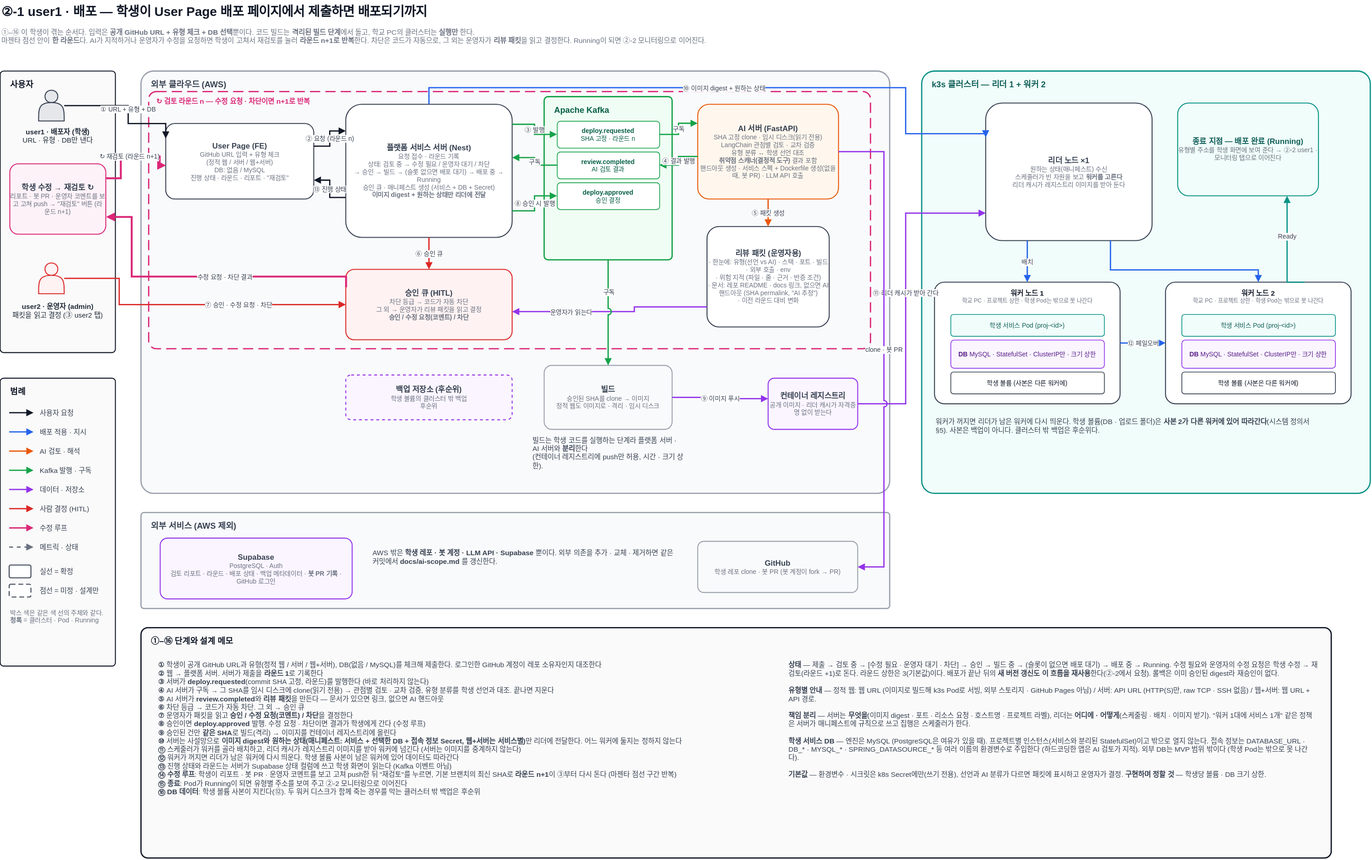
This is docs/architecture/user1-deployer.drawio.svg from woowangthon/WOOWANGTHON_TEAM_18, a draw.io export, as it was before one commit. Source tidied: cells renumbered, new cells last; positions are measured from the earlier drawing's top-left corner, leaving out a move shared by most shapes.
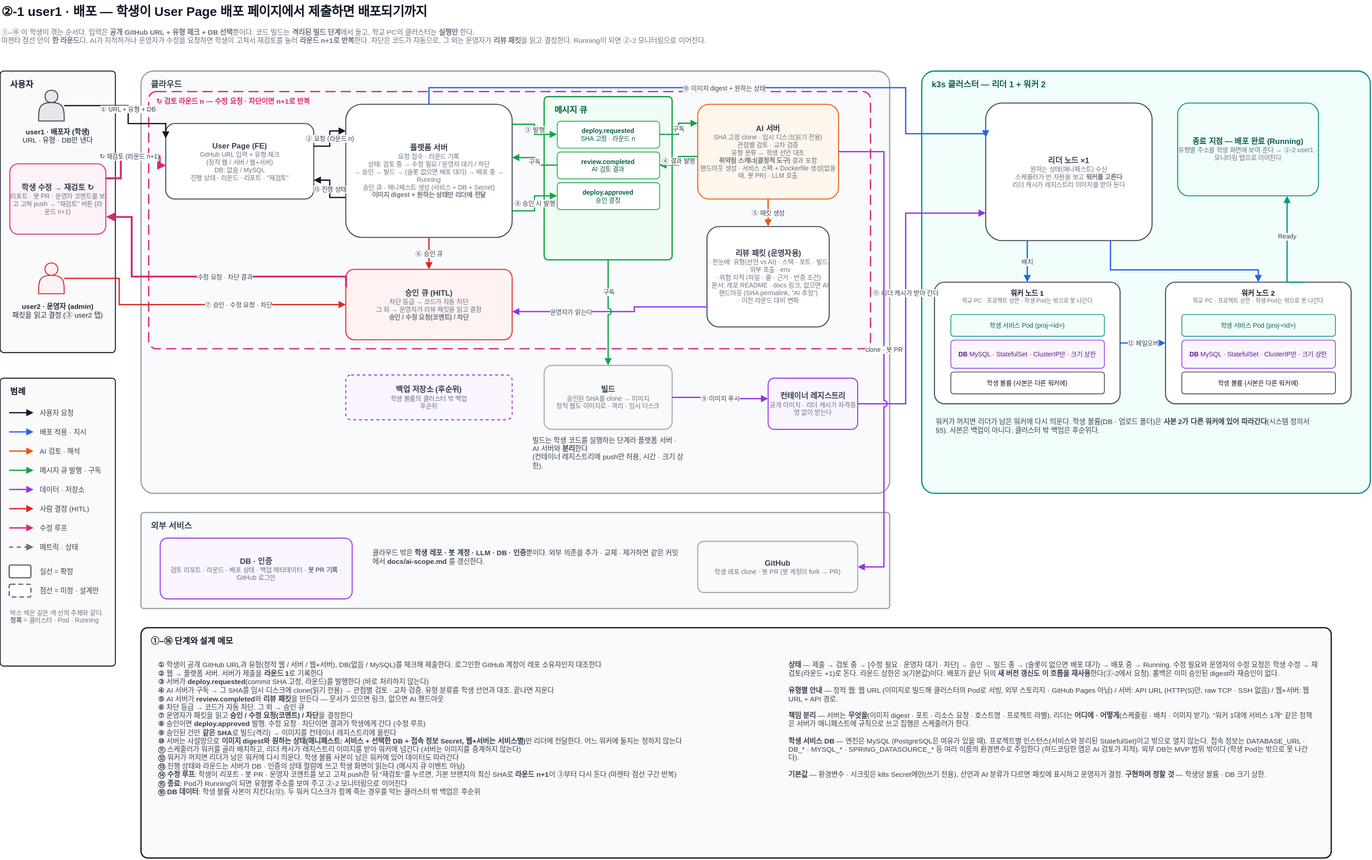
The same diagram one commit later.

Change to the diagram source:
```diff
@@ -28,3 +28,3 @@
     </mxCell>
-    <mxCell id="10" value="외부 클라우드 (AWS)" style="rounded=1;arcSize=3;html=1;fillColor=#F9FAFB;strokeColor=#9CA3AF;strokeWidth=2;verticalAlign=top;align=left;spacingLeft=14;spacingTop=6;fontSize=13;fontStyle=1;fontColor=#374151;fontFamily=Pretendard,Malgun Gothic,Apple SD Gothic Neo,sans-serif;" parent="1" vertex="1">
+    <mxCell id="10" value="클라우드" style="rounded=1;arcSize=3;html=1;fillColor=#F9FAFB;strokeColor=#9CA3AF;strokeWidth=2;verticalAlign=top;align=left;spacingLeft=14;spacingTop=6;fontSize=13;fontStyle=1;fontColor=#374151;fontFamily=Pretendard,Malgun Gothic,Apple SD Gothic Neo,sans-serif;" parent="1" vertex="1">
       <mxGeometry x="220.3" y="112" width="1170" height="660" as="geometry" />
@@ -37,6 +37,6 @@
     </mxCell>
-    <mxCell id="13" value="&lt;b&gt;플랫폼 서비스 서버 (Nest)&lt;/b&gt;&lt;div style=&quot;font-size: 10px; color: rgb(107, 114, 128);&quot;&gt;요청 접수 · 라운드 기록&lt;br&gt;상태: 검토 중 → 수정 필요 / 운영자 대기 / 차단&lt;br&gt;→ 승인 → 빌드 → (슬롯 없으면 배포 대기) → 배포 중 → Running&lt;br&gt;승인 큐 · 매니페스트 생성 (서비스 + DB + Secret)&lt;br&gt;&lt;b&gt;이미지 digest + 원하는 상태만 리더에 전달&lt;/b&gt;&lt;/div&gt;" style="rounded=1;arcSize=12;whiteSpace=wrap;html=1;fillColor=#FFFFFF;strokeColor=#374151;strokeWidth=1.5;fontSize=12;fontColor=#374151;fontFamily=Pretendard,Malgun Gothic,Apple SD Gothic Neo,sans-serif;" parent="1" vertex="1">
+    <mxCell id="13" value="&lt;b&gt;플랫폼 서버&lt;/b&gt;&lt;div style=&quot;font-size: 10px; color: rgb(107, 114, 128);&quot;&gt;요청 접수 · 라운드 기록&lt;br&gt;상태: 검토 중 → 수정 필요 / 운영자 대기 / 차단&lt;br&gt;→ 승인 → 빌드 → (슬롯 없으면 배포 대기) → 배포 중 → Running&lt;br&gt;승인 큐 · 매니페스트 생성 (서비스 + DB + Secret)&lt;br&gt;&lt;b&gt;이미지 digest + 원하는 상태만 리더에 전달&lt;/b&gt;&lt;/div&gt;" style="rounded=1;arcSize=12;whiteSpace=wrap;html=1;fillColor=#FFFFFF;strokeColor=#374151;strokeWidth=1.5;fontSize=12;fontColor=#374151;fontFamily=Pretendard,Malgun Gothic,Apple SD Gothic Neo,sans-serif;" parent="1" vertex="1">
       <mxGeometry x="540.3" y="164" width="260" height="208" as="geometry" />
     </mxCell>
-    <mxCell id="14" value="Apache Kafka" style="rounded=1;arcSize=3;html=1;fillColor=#F0FDF4;strokeColor=#16A34A;strokeWidth=2;verticalAlign=top;align=left;spacingLeft=14;spacingTop=6;fontSize=13;fontStyle=1;fontColor=#065F46;fontFamily=Pretendard,Malgun Gothic,Apple SD Gothic Neo,sans-serif;" parent="1" vertex="1">
+    <mxCell id="14" value="메시지 큐" style="rounded=1;arcSize=3;html=1;fillColor=#F0FDF4;strokeColor=#16A34A;strokeWidth=2;verticalAlign=top;align=left;spacingLeft=14;spacingTop=6;fontSize=13;fontStyle=1;fontColor=#065F46;fontFamily=Pretendard,Malgun Gothic,Apple SD Gothic Neo,sans-serif;" parent="1" vertex="1">
       <mxGeometry x="850.3" y="152" width="200" height="255" as="geometry" />
@@ -52,3 +52,3 @@
     </mxCell>
-    <mxCell id="18" value="&lt;b&gt;AI 서버 (FastAPI)&lt;/b&gt;&lt;div style=&quot;font-size: 10px; color: rgb(107, 114, 128);&quot;&gt;SHA 고정 clone · 임시 디스크(읽기 전용)&lt;br&gt;LangChain 관점별 검토 · 교차 검증&lt;br&gt;유형 분류 ↔ 학생 선언 대조&lt;br&gt;&lt;b&gt;취약점 스캐너(결정적 도구)&lt;/b&gt; 결과 포함&lt;br&gt;핸드아웃 생성 · 서비스 스펙 + Dockerfile 생성(없을 때, 봇 PR) · LLM API 호출&lt;/div&gt;" style="rounded=1;arcSize=12;whiteSpace=wrap;html=1;fillColor=#FFF7ED;strokeColor=#EA580C;strokeWidth=1.5;fontSize=12;fontColor=#374151;fontFamily=Pretendard,Malgun Gothic,Apple SD Gothic Neo,sans-serif;" parent="1" vertex="1">
+    <mxCell id="18" value="&lt;b&gt;AI 서버&lt;/b&gt;&lt;div style=&quot;font-size: 10px; color: rgb(107, 114, 128);&quot;&gt;SHA 고정 clone · 임시 디스크(읽기 전용)&lt;br&gt;관점별 검토 · 교차 검증&lt;br&gt;유형 분류 ↔ 학생 선언 대조&lt;br&gt;&lt;b&gt;취약점 스캐너(결정적 도구)&lt;/b&gt; 결과 포함&lt;br&gt;핸드아웃 생성 · 서비스 스펙 + Dockerfile 생성(없을 때, 봇 PR) · LLM 호출&lt;/div&gt;" style="rounded=1;arcSize=12;whiteSpace=wrap;html=1;fillColor=#FFF7ED;strokeColor=#EA580C;strokeWidth=1.5;fontSize=12;fontColor=#374151;fontFamily=Pretendard,Malgun Gothic,Apple SD Gothic Neo,sans-serif;" parent="1" vertex="1">
       <mxGeometry x="1090.3" y="164" width="220" height="148" as="geometry" />
@@ -73,3 +73,3 @@
     </mxCell>
-    <mxCell id="25" value="외부 서비스 (AWS 제외)" style="rounded=1;arcSize=3;html=1;fillColor=#F9FAFB;strokeColor=#9CA3AF;strokeWidth=2;verticalAlign=top;align=left;spacingLeft=14;spacingTop=6;fontSize=13;fontStyle=1;fontColor=#374151;fontFamily=Pretendard,Malgun Gothic,Apple SD Gothic Neo,sans-serif;" parent="1" vertex="1">
+    <mxCell id="25" value="외부 서비스" style="rounded=1;arcSize=3;html=1;fillColor=#F9FAFB;strokeColor=#9CA3AF;strokeWidth=2;verticalAlign=top;align=left;spacingLeft=14;spacingTop=6;fontSize=13;fontStyle=1;fontColor=#374151;fontFamily=Pretendard,Malgun Gothic,Apple SD Gothic Neo,sans-serif;" parent="1" vertex="1">
       <mxGeometry x="220.3" y="802" width="1170" height="150" as="geometry" />
@@ -79,6 +79,6 @@
     </mxCell>
-    <mxCell id="27" value="&lt;b&gt;Supabase&lt;/b&gt;&lt;div style=&quot;font-size: 10px; color: rgb(107, 114, 128);&quot;&gt;PostgreSQL · Auth&lt;br&gt;검토 리포트 · 라운드 · 배포 상태 · 백업 메타데이터 · &lt;b&gt;봇 PR 기록&lt;/b&gt; · GitHub 로그인&lt;/div&gt;" style="rounded=1;arcSize=12;whiteSpace=wrap;html=1;fillColor=#FAF5FF;strokeColor=#9333EA;strokeWidth=1.5;fontSize=12;fontColor=#374151;fontFamily=Pretendard,Malgun Gothic,Apple SD Gothic Neo,sans-serif;" parent="1" vertex="1">
+    <mxCell id="27" value="&lt;b&gt;DB · 인증&lt;/b&gt;&lt;div style=&quot;font-size: 10px; color: rgb(107, 114, 128);&quot;&gt;검토 리포트 · 라운드 · 배포 상태 · 백업 메타데이터 · &lt;b&gt;봇 PR 기록&lt;/b&gt; · GitHub 로그인&lt;/div&gt;" style="rounded=1;arcSize=12;whiteSpace=wrap;html=1;fillColor=#FAF5FF;strokeColor=#9333EA;strokeWidth=1.5;fontSize=12;fontColor=#374151;fontFamily=Pretendard,Malgun Gothic,Apple SD Gothic Neo,sans-serif;" parent="1" vertex="1">
       <mxGeometry x="250.3" y="842" width="300" height="95" as="geometry" />
     </mxCell>
-    <mxCell id="28" value="AWS 밖은 &lt;b&gt;학생 레포 · 봇 계정 · LLM API · Supabase&lt;/b&gt; 뿐이다. 외부 의존을 추가 · 교체 · 제거하면 같은 커밋에서 &lt;b&gt;docs/ai-scope.md&lt;/b&gt; 를 갱신한다." style="text;html=1;align=left;verticalAlign=top;whiteSpace=wrap;fontSize=11;fontColor=#374151;fontFamily=Pretendard,Malgun Gothic,Apple SD Gothic Neo,sans-serif;" parent="1" vertex="1">
+    <mxCell id="28" value="클라우드 밖은 &lt;b&gt;학생 레포 · 봇 계정 · LLM · DB · 인증&lt;/b&gt;뿐이다. 외부 의존을 추가 · 교체 · 제거하면 같은 커밋에서 &lt;b&gt;docs/ai-scope.md&lt;/b&gt; 를 갱신한다." style="text;html=1;align=left;verticalAlign=top;whiteSpace=wrap;fontSize=11;fontColor=#374151;fontFamily=Pretendard,Malgun Gothic,Apple SD Gothic Neo,sans-serif;" parent="1" vertex="1">
       <mxGeometry x="580.3" y="852" width="480" height="70" as="geometry" />
@@ -124,6 +124,6 @@
     </mxCell>
-    <mxCell id="42" value="&lt;b&gt;①&lt;/b&gt; 학생이 공개 GitHub URL과 유형(정적 웹 / 서버 / 웹+서버), DB(없음 / MySQL)를 체크해 제출한다. 로그인한 GitHub 계정이 레포 소유자인지 대조한다&lt;br&gt;&lt;b&gt;②&lt;/b&gt; 웹 → 플랫폼 서버. 서버가 제출을 &lt;b&gt;라운드 1&lt;/b&gt;로 기록한다&lt;br&gt;&lt;b&gt;③&lt;/b&gt; 서버가 &lt;b&gt;deploy.requested&lt;/b&gt;(commit SHA 고정, 라운드)를 발행한다 (바로 처리하지 않는다)&lt;br&gt;&lt;b&gt;④&lt;/b&gt; AI 서버가 구독 → 그 SHA를 임시 디스크에 clone(읽기 전용) → 관점별 검토 · 교차 검증, 유형 분류를 학생 선언과 대조. 끝나면 지운다&lt;br&gt;&lt;b&gt;⑤&lt;/b&gt; AI 서버가 &lt;b&gt;review.completed&lt;/b&gt;와 &lt;b&gt;리뷰 패킷&lt;/b&gt;을 만든다 — 문서가 있으면 링크, 없으면 AI 핸드아웃&lt;br&gt;&lt;b&gt;⑥&lt;/b&gt; 차단 등급 → 코드가 자동 차단. 그 외 → 승인 큐&lt;br&gt;&lt;b&gt;⑦&lt;/b&gt; 운영자가 패킷을 읽고 &lt;b&gt;승인 / 수정 요청(코멘트) / 차단&lt;/b&gt;을 결정한다&lt;br&gt;&lt;b&gt;⑧&lt;/b&gt; 승인이면 &lt;b&gt;deploy.approved&lt;/b&gt; 발행. 수정 요청 · 차단이면 결과가 학생에게 간다 (수정 루프)&lt;br&gt;&lt;b&gt;⑨&lt;/b&gt; 승인된 건만 &lt;b&gt;같은 SHA&lt;/b&gt;로 빌드(격리) → 이미지를 컨테이너 레지스트리에 올린다&lt;br&gt;&lt;b&gt;⑩&lt;/b&gt; 서버는 사설망으로 &lt;b&gt;이미지 digest와 원하는 상태(매니페스트: 서비스 + 선택한 DB + 접속 정보 Secret, 웹+서버는 서비스별)&lt;/b&gt;만 리더에 전달한다. 어느 워커에 둘지는 정하지 않는다&lt;br&gt;&lt;b&gt;⑪&lt;/b&gt; 스케줄러가 워커를 골라 배치하고, 리더 캐시가 레지스트리 이미지를 받아 워커에 넘긴다 (서버는 이미지를 중계하지 않는다)&lt;br&gt;&lt;b&gt;⑫&lt;/b&gt; 워커가 꺼지면 리더가 남은 워커에 다시 띄운다. 학생 볼륨 사본이 남은 워커에 있어 데이터도 따라간다&lt;br&gt;&lt;b&gt;⑬&lt;/b&gt; 진행 상태와 라운드는 서버가 Supabase 상태 컬럼에 쓰고 학생 화면이 읽는다 (Kafka 이벤트 아님)&lt;br&gt;&lt;b&gt;⑭&lt;/b&gt; &lt;b&gt;수정 루프&lt;/b&gt;: 학생이 리포트 · 봇 PR · 운영자 코멘트를 보고 고쳐 push한 뒤 &quot;재검토&quot;를 누르면, 기본 브랜치의 최신 SHA로 &lt;b&gt;라운드 n+1&lt;/b&gt;이 ③부터 다시 돈다 (마젠타 점선 구간 반복)&lt;br&gt;&lt;b&gt;⑮&lt;/b&gt; &lt;b&gt;종료&lt;/b&gt;: Pod가 Running이 되면 유형별 주소를 보여 주고 ②-2 모니터링으로 이어진다&lt;br&gt;&lt;b&gt;⑯&lt;/b&gt; &lt;b&gt;DB 데이터&lt;/b&gt;: 학생 볼륨 사본이 지킨다(⑫). 두 워커 디스크가 함께 죽는 경우를 막는 클러스터 밖 백업은 후순위" style="text;html=1;align=left;verticalAlign=top;whiteSpace=wrap;fontSize=11;fontColor=#374151;fontFamily=Pretendard,Malgun Gothic,Apple SD Gothic Neo,sans-serif;" parent="1" vertex="1">
+    <mxCell id="42" value="&lt;b&gt;①&lt;/b&gt; 학생이 공개 GitHub URL과 유형(정적 웹 / 서버 / 웹+서버), DB(없음 / MySQL)를 체크해 제출한다. 로그인한 GitHub 계정이 레포 소유자인지 대조한다&lt;br&gt;&lt;b&gt;②&lt;/b&gt; 웹 → 플랫폼 서버. 서버가 제출을 &lt;b&gt;라운드 1&lt;/b&gt;로 기록한다&lt;br&gt;&lt;b&gt;③&lt;/b&gt; 서버가 &lt;b&gt;deploy.requested&lt;/b&gt;(commit SHA 고정, 라운드)를 발행한다 (바로 처리하지 않는다)&lt;br&gt;&lt;b&gt;④&lt;/b&gt; AI 서버가 구독 → 그 SHA를 임시 디스크에 clone(읽기 전용) → 관점별 검토 · 교차 검증, 유형 분류를 학생 선언과 대조. 끝나면 지운다&lt;br&gt;&lt;b&gt;⑤&lt;/b&gt; AI 서버가 &lt;b&gt;review.completed&lt;/b&gt;와 &lt;b&gt;리뷰 패킷&lt;/b&gt;을 만든다 — 문서가 있으면 링크, 없으면 AI 핸드아웃&lt;br&gt;&lt;b&gt;⑥&lt;/b&gt; 차단 등급 → 코드가 자동 차단. 그 외 → 승인 큐&lt;br&gt;&lt;b&gt;⑦&lt;/b&gt; 운영자가 패킷을 읽고 &lt;b&gt;승인 / 수정 요청(코멘트) / 차단&lt;/b&gt;을 결정한다&lt;br&gt;&lt;b&gt;⑧&lt;/b&gt; 승인이면 &lt;b&gt;deploy.approved&lt;/b&gt; 발행. 수정 요청 · 차단이면 결과가 학생에게 간다 (수정 루프)&lt;br&gt;&lt;b&gt;⑨&lt;/b&gt; 승인된 건만 &lt;b&gt;같은 SHA&lt;/b&gt;로 빌드(격리) → 이미지를 컨테이너 레지스트리에 올린다&lt;br&gt;&lt;b&gt;⑩&lt;/b&gt; 서버는 사설망으로 &lt;b&gt;이미지 digest와 원하는 상태(매니페스트: 서비스 + 선택한 DB + 접속 정보 Secret, 웹+서버는 서비스별)&lt;/b&gt;만 리더에 전달한다. 어느 워커에 둘지는 정하지 않는다&lt;br&gt;&lt;b&gt;⑪&lt;/b&gt; 스케줄러가 워커를 골라 배치하고, 리더 캐시가 레지스트리 이미지를 받아 워커에 넘긴다 (서버는 이미지를 중계하지 않는다)&lt;br&gt;&lt;b&gt;⑫&lt;/b&gt; 워커가 꺼지면 리더가 남은 워커에 다시 띄운다. 학생 볼륨 사본이 남은 워커에 있어 데이터도 따라간다&lt;br&gt;&lt;b&gt;⑬&lt;/b&gt; 진행 상태와 라운드는 서버가 DB · 인증의 상태 컬럼에 쓰고 학생 화면이 읽는다 (메시지 큐 이벤트 아님)&lt;br&gt;&lt;b&gt;⑭&lt;/b&gt; &lt;b&gt;수정 루프&lt;/b&gt;: 학생이 리포트 · 봇 PR · 운영자 코멘트를 보고 고쳐 push한 뒤 &quot;재검토&quot;를 누르면, 기본 브랜치의 최신 SHA로 &lt;b&gt;라운드 n+1&lt;/b&gt;이 ③부터 다시 돈다 (마젠타 점선 구간 반복)&lt;br&gt;&lt;b&gt;⑮&lt;/b&gt; &lt;b&gt;종료&lt;/b&gt;: Pod가 Running이 되면 유형별 주소를 보여 주고 ②-2 모니터링으로 이어진다&lt;br&gt;&lt;b&gt;⑯&lt;/b&gt; &lt;b&gt;DB 데이터&lt;/b&gt;: 학생 볼륨 사본이 지킨다(⑫). 두 워커 디스크가 함께 죽는 경우를 막는 클러스터 밖 백업은 후순위" style="text;html=1;align=left;verticalAlign=top;whiteSpace=wrap;fontSize=11;fontColor=#374151;fontFamily=Pretendard,Malgun Gothic,Apple SD Gothic Neo,sans-serif;" parent="1" vertex="1">
       <mxGeometry x="245.3" y="1027" width="960" height="300" as="geometry" />
     </mxCell>
-    <mxCell id="43" value="&lt;b&gt;상태&lt;/b&gt; — 제출 → 검토 중 → [수정 필요 · 운영자 대기 · 차단] → 승인 → 빌드 중 → (슬롯이 없으면 배포 대기) → 배포 중 → Running. 수정 필요와 운영자의 수정 요청은 학생 수정 → 재검토(라운드 +1)로 돈다. 라운드 상한은 3(기본값)이다. 배포가 끝난 뒤의 &lt;b&gt;새 버전 갱신도 이 흐름을 재사용&lt;/b&gt;한다(②-2에서 요청). 롤백은 이미 승인된 digest라 재승인이 없다.&lt;br&gt;&lt;br&gt;&lt;b&gt;유형별 안내&lt;/b&gt; — 정적 웹: 웹 URL (이미지로 빌드해 k3s Pod로 서빙, 외부 스토리지 · GitHub Pages 아님) / 서버: API URL (HTTP(S)만, raw TCP · SSH 없음) / 웹+서버: 웹 URL + API 경로.&lt;br&gt;&lt;br&gt;&lt;b&gt;책임 분리&lt;/b&gt; — 서버는 &lt;b&gt;무엇을&lt;/b&gt;(이미지 digest · 포트 · 리소스 요청 · 호스트명 · 프로젝트 라벨), 리더는 &lt;b&gt;어디에 · 어떻게&lt;/b&gt;(스케줄링 · 배치 · 이미지 받기). &quot;워커 1대에 서비스 1개&quot; 같은 정책은 서버가 매니페스트에 규칙으로 쓰고 집행은 스케줄러가 한다.&lt;br&gt;&lt;br&gt;&lt;b&gt;학생 서비스 DB&lt;/b&gt; — 엔진은 MySQL (PostgreSQL은 여유가 있을 때). 프로젝트별 인스턴스(서비스와 분리된 StatefulSet)이고 밖으로 열지 않는다. 접속 정보는 DATABASE_URL · DB_* · MYSQL_* · SPRING_DATASOURCE_* 등 여러 이름의 환경변수로 주입한다 (하드코딩한 앱은 AI 검토가 지적). 외부 DB는 MVP 범위 밖이다 (학생 Pod는 밖으로 못 나간다).&lt;br&gt;&lt;br&gt;&lt;b&gt;기본값&lt;/b&gt; — 환경변수 · 시크릿은 k8s Secret에만(쓰기 전용), 선언과 AI 분류가 다르면 패킷에 표시하고 운영자가 결정. &lt;b&gt;구현하며 정할 것&lt;/b&gt; — 학생당 볼륨 · DB 크기 상한." style="text;html=1;align=left;verticalAlign=top;whiteSpace=wrap;fontSize=11;fontColor=#374151;fontFamily=Pretendard,Malgun Gothic,Apple SD Gothic Neo,sans-serif;" parent="1" vertex="1">
+    <mxCell id="43" value="&lt;b&gt;상태&lt;/b&gt; — 제출 → 검토 중 → [수정 필요 · 운영자 대기 · 차단] → 승인 → 빌드 중 → (슬롯이 없으면 배포 대기) → 배포 중 → Running. 수정 필요와 운영자의 수정 요청은 학생 수정 → 재검토(라운드 +1)로 돈다. 라운드 상한은 3(기본값)이다. 배포가 끝난 뒤의 &lt;b&gt;새 버전 갱신도 이 흐름을 재사용&lt;/b&gt;한다(②-2에서 요청). 롤백은 이미 승인된 digest라 재승인이 없다.&lt;br&gt;&lt;br&gt;&lt;b&gt;유형별 안내&lt;/b&gt; — 정적 웹: 웹 URL (이미지로 빌드해 클러스터의 Pod로 서빙, 외부 스토리지 · GitHub Pages 아님) / 서버: API URL (HTTP(S)만, raw TCP · SSH 없음) / 웹+서버: 웹 URL + API 경로.&lt;br&gt;&lt;br&gt;&lt;b&gt;책임 분리&lt;/b&gt; — 서버는 &lt;b&gt;무엇을&lt;/b&gt;(이미지 digest · 포트 · 리소스 요청 · 호스트명 · 프로젝트 라벨), 리더는 &lt;b&gt;어디에 · 어떻게&lt;/b&gt;(스케줄링 · 배치 · 이미지 받기). &quot;워커 1대에 서비스 1개&quot; 같은 정책은 서버가 매니페스트에 규칙으로 쓰고 집행은 스케줄러가 한다.&lt;br&gt;&lt;br&gt;&lt;b&gt;학생 서비스 DB&lt;/b&gt; — 엔진은 MySQL (PostgreSQL은 여유가 있을 때). 프로젝트별 인스턴스(서비스와 분리된 StatefulSet)이고 밖으로 열지 않는다. 접속 정보는 DATABASE_URL · DB_* · MYSQL_* · SPRING_DATASOURCE_* 등 여러 이름의 환경변수로 주입한다 (하드코딩한 앱은 AI 검토가 지적). 외부 DB는 MVP 범위 밖이다 (학생 Pod는 밖으로 못 나간다).&lt;br&gt;&lt;br&gt;&lt;b&gt;기본값&lt;/b&gt; — 환경변수 · 시크릿은 k8s Secret에만(쓰기 전용), 선언과 AI 분류가 다르면 패킷에 표시하고 운영자가 결정. &lt;b&gt;구현하며 정할 것&lt;/b&gt; — 학생당 볼륨 · DB 크기 상한." style="text;html=1;align=left;verticalAlign=top;whiteSpace=wrap;fontSize=11;fontColor=#374151;fontFamily=Pretendard,Malgun Gothic,Apple SD Gothic Neo,sans-serif;" parent="1" vertex="1">
       <mxGeometry x="1230.3" y="1027" width="830" height="300" as="geometry" />
@@ -288,3 +288,3 @@
     </mxCell>
-    <mxCell id="75" value="Kafka 발행 · 구독" style="text;html=1;align=left;verticalAlign=middle;whiteSpace=wrap;fontSize=11;fontColor=#374151;fontFamily=Pretendard,Malgun Gothic,Apple SD Gothic Neo,sans-serif;" parent="1" vertex="1">
+    <mxCell id="75" value="메시지 큐 발행 · 구독" style="text;html=1;align=left;verticalAlign=middle;whiteSpace=wrap;fontSize=11;fontColor=#374151;fontFamily=Pretendard,Malgun Gothic,Apple SD Gothic Neo,sans-serif;" parent="1" vertex="1">
       <mxGeometry x="60.3" y="726" width="112" height="20" as="geometry" />
```
